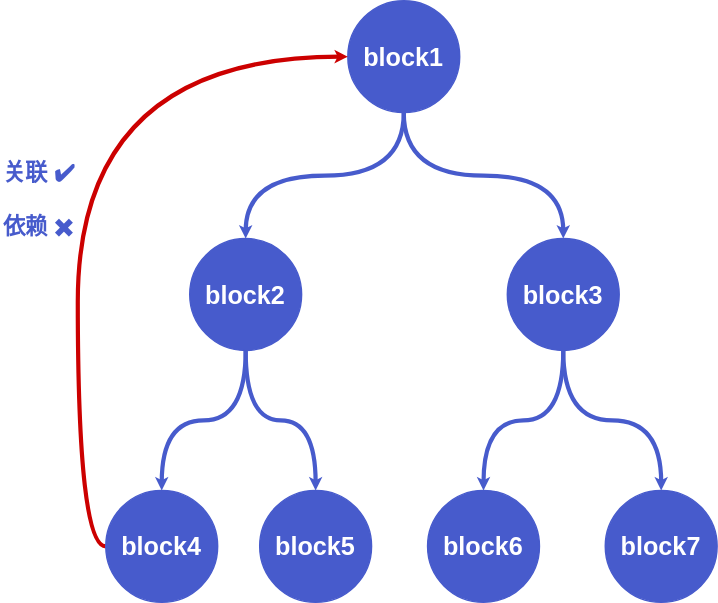
Above: images/circle.drawio.svg in ralliejs/docs (draw.io), before the change. Source tidied: cells renumbered, new cells last; positions are measured from the earlier drawing's top-left corner, leaving out a move shared by most shapes.
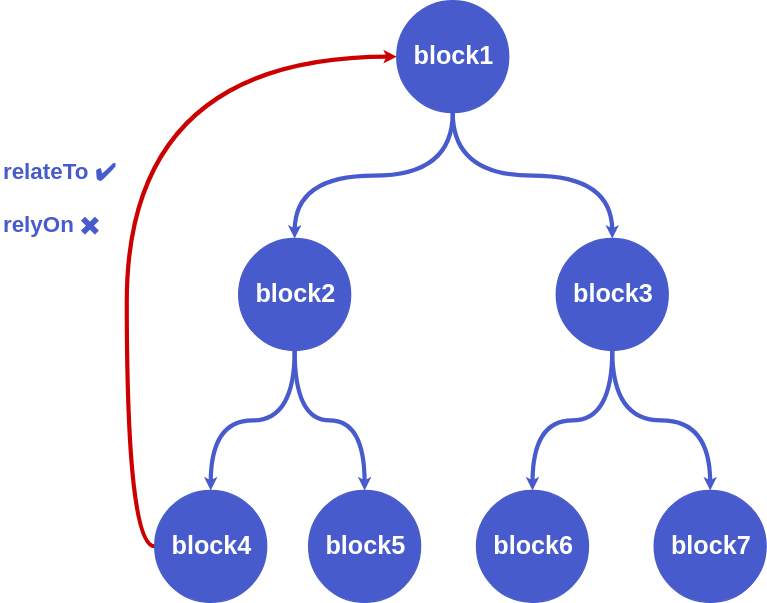
After the commit.

Change to the diagram source:
```diff
@@ -44,8 +44,8 @@
     <mxCell id="15" value="block7" style="ellipse;whiteSpace=wrap;html=1;fillColor=#475BCC;strokeColor=#475BCC;fontColor=#FFFFFF;fontStyle=1;fontSize=18;" parent="1" vertex="1">
       <mxGeometry x="432" y="350" width="80" height="80" as="geometry" />
     </mxCell>
-    <mxCell id="16" value="&lt;span style=&quot;color: rgb(71 , 91 , 204) ; font-size: 16px ; font-weight: 700&quot;&gt;关联 ✔️&lt;br&gt;&lt;/span&gt;&lt;span style=&quot;color: rgb(71 , 91 , 204) ; font-size: 16px ; font-weight: 700&quot;&gt;&lt;br&gt;依赖 ✖️&lt;/span&gt;" style="text;html=1;align=left;verticalAlign=top;spacingTop=-4;" parent="1" vertex="1">
-      <mxGeometry y="111" width="70" height="50" as="geometry" />
+    <mxCell id="16" value="&lt;span style=&quot;color: rgb(71 , 91 , 204) ; font-size: 16px ; font-weight: 700&quot;&gt;relateTo ✔️&lt;br&gt;&lt;/span&gt;&lt;span style=&quot;color: rgb(71 , 91 , 204) ; font-size: 16px ; font-weight: 700&quot;&gt;&lt;br&gt;relyOn ✖️&lt;/span&gt;" style="text;html=1;align=left;verticalAlign=top;spacingTop=-4;" parent="1" vertex="1">
+      <mxGeometry x="-35" y="110" width="100" height="50" as="geometry" />
     </mxCell>
   </root>
 </mxGraphModel>
```
